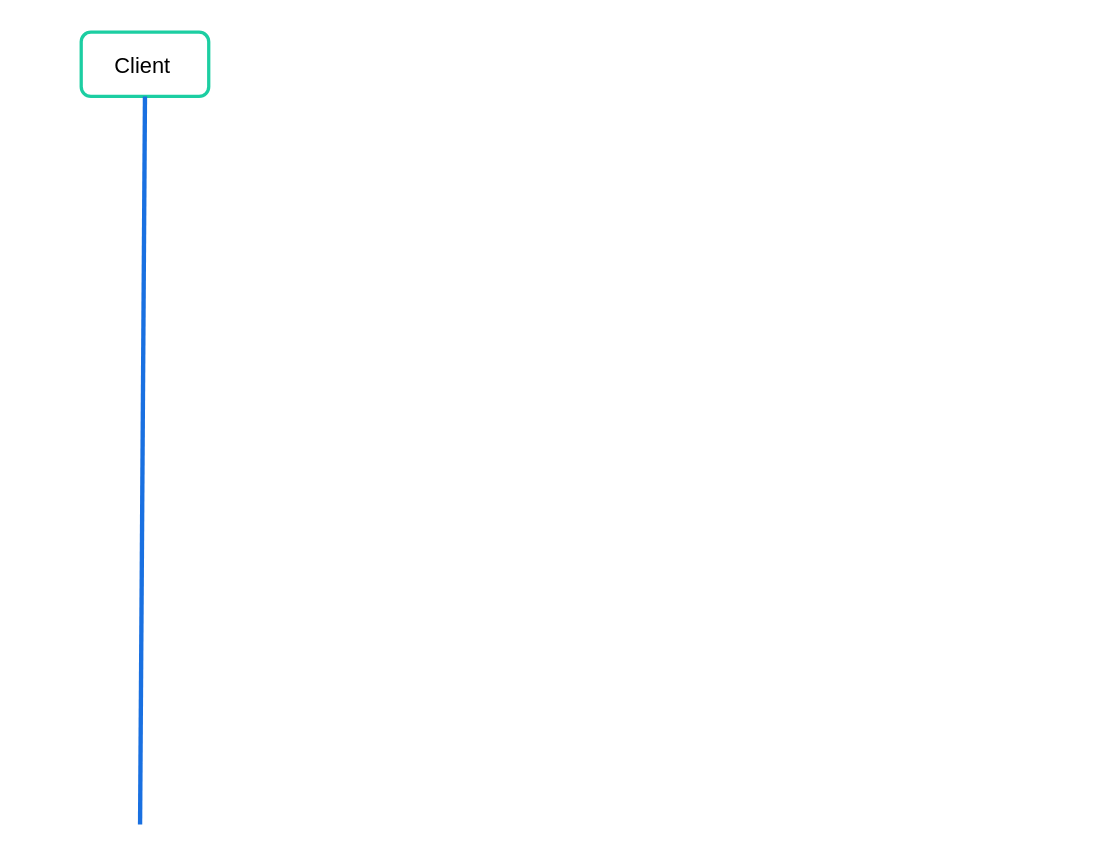
Before: system-design/design-a-chat-system/Figure12-3.drawio in optor666/draw-io-files, a draw.io diagram. Source tidied: cells renumbered, new cells numbered last; positions are measured from the earlier drawing's top-left corner, leaving out a move shared by most shapes. Both pictures are drawn from the tidied source at 109%, with x=0, y=0 at pixel (81, 32).
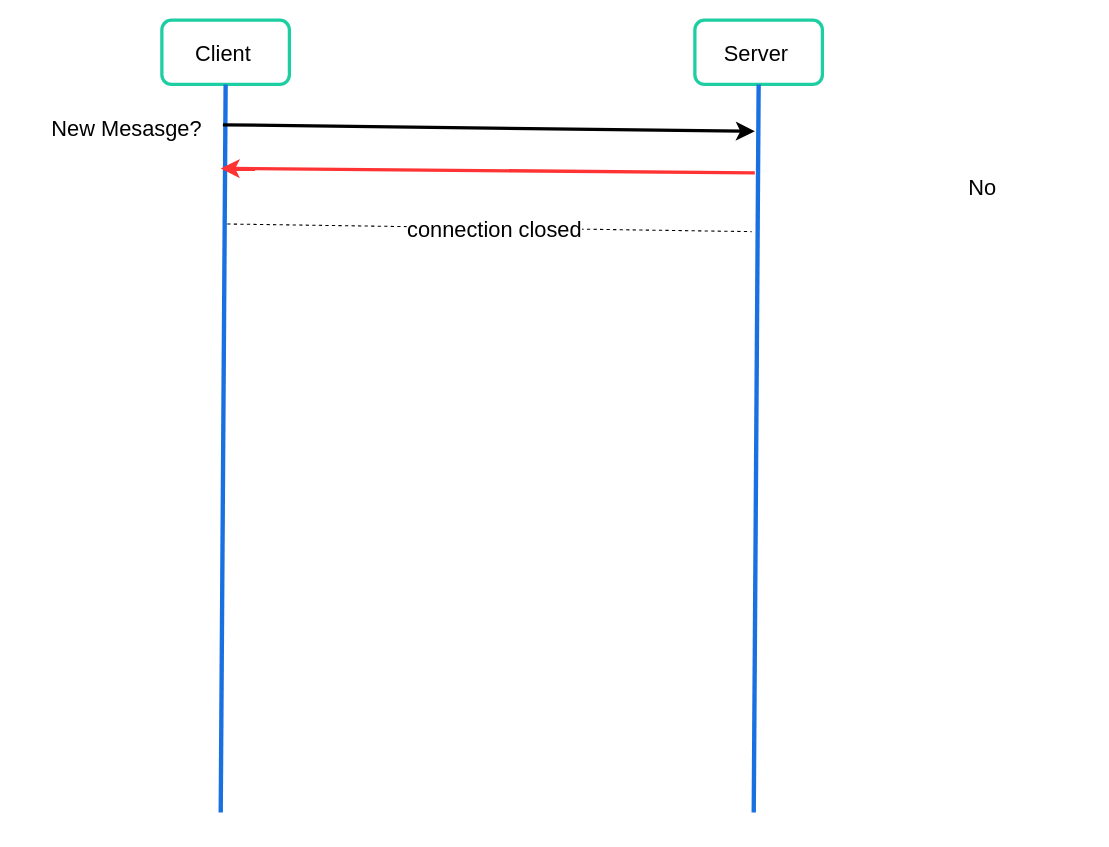
The same page after the edit.

Diff of the diagram source:
```diff
@@
-    <mxCell id="2" style="group;strokeWidth=9;" parent="1" vertex="1">
-      <mxGeometry width="117" height="59" as="geometry" />
-    </mxCell>
+    <mxCell id="6" style="group;" parent="1" vertex="1">
+      <mxGeometry x="74" y="-11" width="117" height="727" as="geometry" />
+    </mxCell>
-    <mxCell id="3" style="rounded=1;whiteSpace=wrap;html=1;strokeColor=#1ccea2;strokeWidth=3;" parent="2" vertex="1">
+    <mxCell id="3" style="rounded=1;whiteSpace=wrap;html=1;strokeColor=#1ccea2;strokeWidth=3;" parent="6" vertex="1">
       <mxGeometry width="117" height="59" as="geometry" />
     </mxCell>
+    <mxCell id="5" style="endArrow=none;html=1;rounded=0;fontSize=12;startSize=8;endSize=8;entryX=0.5;entryY=1;entryDx=0;entryDy=0;strokeWidth=4;strokeColor=#1970e1;" parent="6" edge="1" target="3">
+      <mxGeometry relative="1" as="geometry">
+        <mxPoint x="54" y="727" as="sourcePoint" />
+      </mxGeometry>
+    </mxCell>
-    <mxCell id="4" value="&lt;font style=&quot;font-size: 20px;&quot;&gt;Client&lt;/font&gt;" style="text;html=1;align=center;verticalAlign=middle;whiteSpace=wrap;rounded=0;fontSize=16;" parent="2" vertex="1">
+    <mxCell id="4" value="&lt;font style=&quot;font-size: 20px;&quot;&gt;Client&lt;/font&gt;" style="text;html=1;align=center;verticalAlign=middle;whiteSpace=wrap;rounded=0;fontSize=16;" parent="6" vertex="1">
       <mxGeometry x="27.3" y="14.8" width="58.5" height="29.5" as="geometry" />
     </mxCell>
-    <mxCell id="5" style="endArrow=none;html=1;rounded=0;fontSize=12;startSize=8;endSize=8;entryX=0.5;entryY=1;entryDx=0;entryDy=0;strokeWidth=4;strokeColor=#1970e1;" parent="1" edge="1" target="3">
-      <mxGeometry relative="1" as="geometry">
-        <mxPoint x="54" y="727" as="sourcePoint" />
-      </mxGeometry>
-    </mxCell>
+    <mxCell id="7" style="group;" parent="1" vertex="1">
+      <mxGeometry x="563" y="-11" width="185" height="727" as="geometry" />
+    </mxCell>
+    <mxCell id="8" style="rounded=1;whiteSpace=wrap;html=1;strokeColor=#1ccea2;strokeWidth=3;" parent="7" vertex="1">
+      <mxGeometry width="117" height="59" as="geometry" />
+    </mxCell>
+    <mxCell id="9" style="endArrow=none;html=1;rounded=0;fontSize=12;startSize=8;endSize=8;entryX=0.5;entryY=1;entryDx=0;entryDy=0;strokeWidth=4;strokeColor=#1970e1;" parent="7" edge="1" target="8">
+      <mxGeometry relative="1" as="geometry">
+        <mxPoint x="54" y="727" as="sourcePoint" />
+      </mxGeometry>
+    </mxCell>
+    <mxCell id="10" value="&lt;font style=&quot;font-size: 20px;&quot;&gt;Server&lt;/font&gt;" style="text;html=1;align=center;verticalAlign=middle;whiteSpace=wrap;rounded=0;fontSize=16;" parent="7" vertex="1">
+      <mxGeometry x="27.3" y="14.8" width="58.5" height="29.5" as="geometry" />
+    </mxCell>
+    <mxCell id="11" value="&lt;font style=&quot;font-size: 20px;&quot;&gt;New Mesasge?&lt;/font&gt;" style="text;html=1;align=center;verticalAlign=middle;whiteSpace=wrap;rounded=0;fontSize=16;" parent="1" vertex="1">
+      <mxGeometry x="-57" y="68" width="198" height="39" as="geometry" />
+    </mxCell>
+    <mxCell id="12" style="endArrow=classic;html=1;rounded=0;fontSize=12;startSize=8;endSize=8;strokeWidth=3;" parent="1" edge="1">
+      <mxGeometry relative="1" as="geometry">
+        <mxPoint x="130" y="85" as="sourcePoint" />
+        <mxPoint x="618" y="91" as="targetPoint" />
+      </mxGeometry>
+    </mxCell>
+    <mxCell id="13" style="endArrow=classic;html=1;rounded=0;fontSize=12;startSize=8;endSize=8;strokeWidth=3;strokeColor=#FF3333;" parent="1" edge="1">
+      <mxGeometry relative="1" as="geometry">
+        <mxPoint x="618" y="129" as="sourcePoint" />
+        <mxPoint x="128" y="125" as="targetPoint" />
+      </mxGeometry>
+    </mxCell>
+    <mxCell id="14" style="endArrow=none;dashed=1;html=1;rounded=0;fontSize=12;startSize=8;endSize=8;" parent="1" edge="1">
+      <mxGeometry relative="1" as="geometry">
+        <mxPoint x="134" y="176" as="sourcePoint" />
+        <mxPoint x="615" y="183" as="targetPoint" />
+      </mxGeometry>
+    </mxCell>
+    <mxCell id="15" value="&lt;font style=&quot;font-size: 20px;&quot;&gt;connection closed&lt;br&gt;&lt;/font&gt;" style="edgeLabel;html=1;align=center;verticalAlign=middle;fontSize=12;" parent="14" vertex="1">
+      <mxGeometry x="0.02" relative="1" as="geometry" />
+    </mxCell>
+    <mxCell id="16" value="&lt;font style=&quot;font-size: 20px;&quot;&gt;No&lt;/font&gt;" style="text;html=1;align=center;verticalAlign=middle;whiteSpace=wrap;rounded=0;fontSize=16;" parent="1" vertex="1">
+      <mxGeometry x="728" y="122" width="198" height="39" as="geometry" />
+    </mxCell>
```
